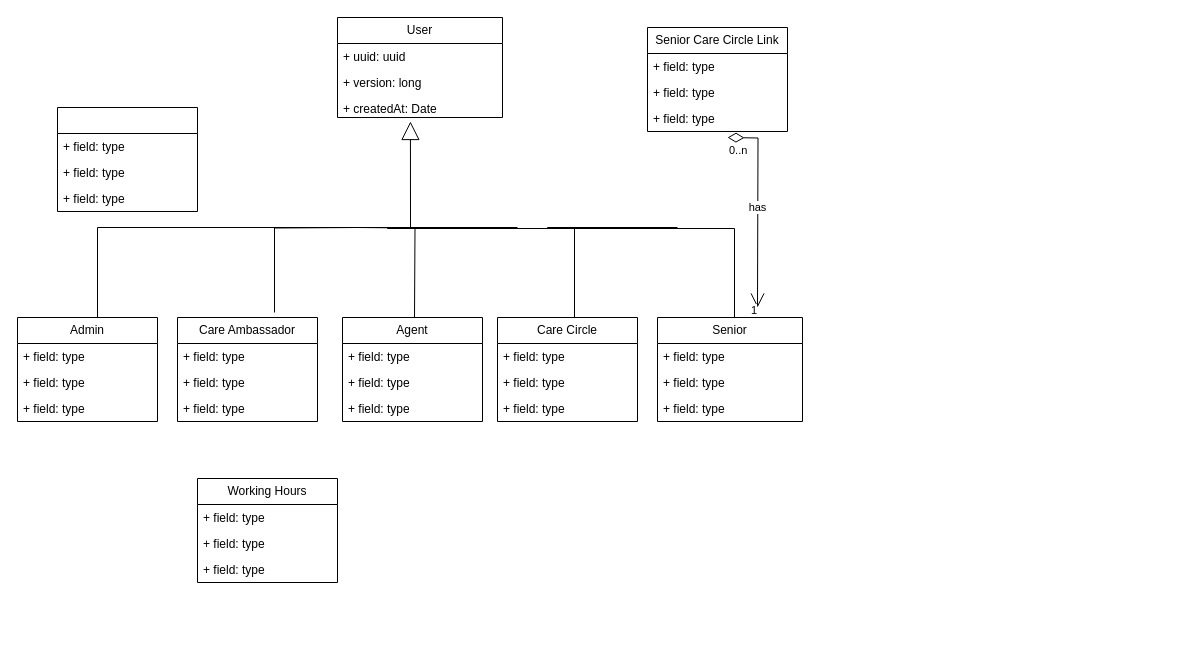
This is momentra-class-diagram.drawio from kasibkismath/systems-design, a draw.io file, before an edit. Source tidied: cells renumbered, new cells numbered last; positions are measured from the earlier drawing's top-left corner, leaving out a move shared by most shapes. Both pictures are drawn from the tidied source at 100%, with x=0, y=0 at pixel (17, 17).
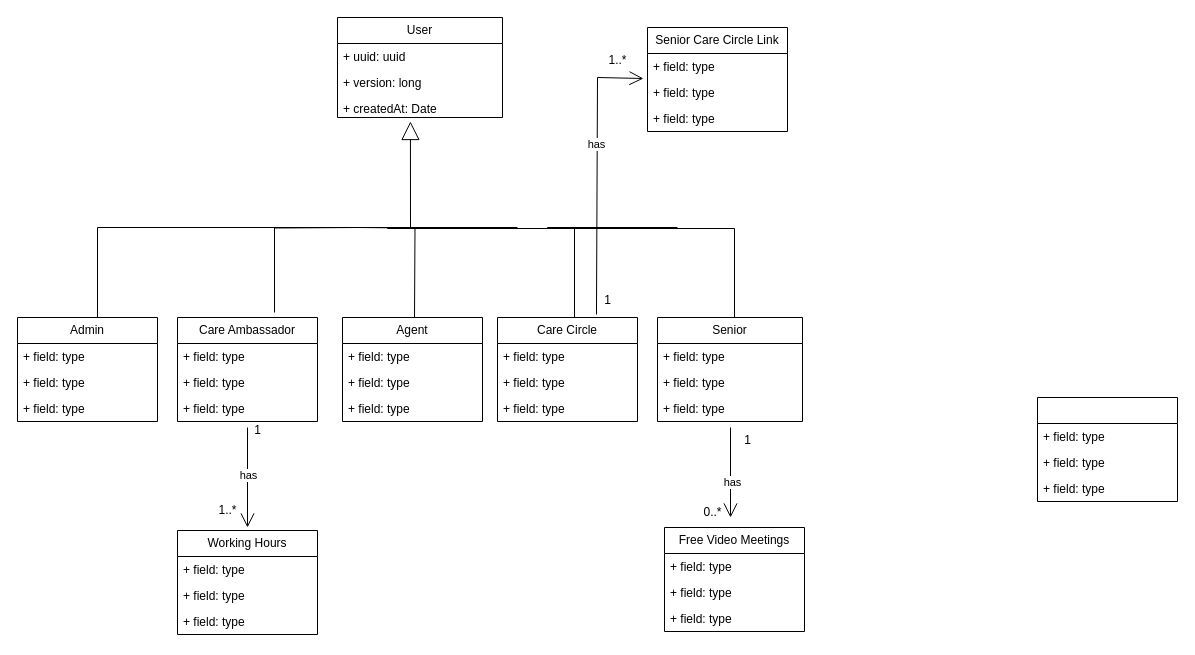
The same page after the edit.

Unchanged cells that the change refers to:
```xml
<mxCell id="22" value="Care Circle" style="swimlane;fontStyle=0;horizontal=1;startSize=26;fillColor=none;whiteSpace=wrap;html=1;" parent="1" vertex="1">
  <mxGeometry x="480" y="300" width="140" height="104" as="geometry" />
</mxCell>
<mxCell id="27" value="+ field: type" style="text;strokeColor=none;fillColor=none;align=left;verticalAlign=top;spacingLeft=4;spacingRight=4;overflow=hidden;points=[[0,0.5],[1,0.5]];portConstraint=eastwest;whiteSpace=wrap;html=1;" parent="26" vertex="1">
  <mxGeometry y="26" width="140" height="26" as="geometry" />
</mxCell>
```

Diff of the diagram source:
```diff
@@
     <mxCell id="10" style="swimlane;fontStyle=0;horizontal=1;startSize=26;fillColor=none;whiteSpace=wrap;html=1;" parent="1" vertex="1">
-      <mxGeometry x="40" y="90" width="140" height="104" as="geometry" />
+      <mxGeometry x="1020" y="380" width="140" height="104" as="geometry" />
     </mxCell>
@@
     <mxCell id="34" value="Working Hours" style="swimlane;fontStyle=0;horizontal=1;startSize=26;fillColor=none;whiteSpace=wrap;html=1;" parent="1" vertex="1">
-      <mxGeometry x="180" y="461" width="140" height="104" as="geometry" />
+      <mxGeometry x="160" y="513" width="140" height="104" as="geometry" />
     </mxCell>
@@
-    <mxCell id="43" value="has" style="endArrow=open;html=1;endSize=12;startArrow=diamondThin;startSize=14;startFill=0;edgeStyle=orthogonalEdgeStyle;rounded=0;" parent="1" edge="1">
-      <mxGeometry relative="1" as="geometry">
-        <mxPoint x="710" y="120" as="sourcePoint" />
-        <mxPoint x="740" y="290" as="targetPoint" />
-      </mxGeometry>
-    </mxCell>
-    <mxCell id="44" value="0..n" style="edgeLabel;html=1;align=left;verticalAlign=top;" parent="43" vertex="1">
-      <mxGeometry x="-1" relative="1" as="geometry" />
-    </mxCell>
-    <mxCell id="45" value="1" style="edgeLabel;html=1;align=right;verticalAlign=top;" parent="43" vertex="1">
-      <mxGeometry x="1" relative="1" as="geometry">
-        <mxPoint y="-10" as="offset" />
-      </mxGeometry>
-    </mxCell>
+    <mxCell id="46" value="Free Video Meetings" style="swimlane;fontStyle=0;horizontal=1;startSize=26;fillColor=none;whiteSpace=wrap;html=1;" parent="1" vertex="1">
+      <mxGeometry x="647" y="510" width="140" height="104" as="geometry" />
+    </mxCell>
+    <mxCell id="47" value="+ field: type" style="text;strokeColor=none;fillColor=none;align=left;verticalAlign=top;spacingLeft=4;spacingRight=4;overflow=hidden;whiteSpace=wrap;html=1;" parent="46" vertex="1">
+      <mxGeometry y="26" width="140" height="26" as="geometry" />
+    </mxCell>
+    <mxCell id="48" value="+ field: type" style="text;strokeColor=none;fillColor=none;align=left;verticalAlign=top;spacingLeft=4;spacingRight=4;overflow=hidden;whiteSpace=wrap;html=1;" parent="46" vertex="1">
+      <mxGeometry y="52" width="140" height="26" as="geometry" />
+    </mxCell>
+    <mxCell id="49" value="+ field: type" style="text;strokeColor=none;fillColor=none;align=left;verticalAlign=top;spacingLeft=4;spacingRight=4;overflow=hidden;whiteSpace=wrap;html=1;" parent="46" vertex="1">
+      <mxGeometry y="78" width="140" height="26" as="geometry" />
+    </mxCell>
+    <mxCell id="50" style="endArrow=open;endFill=1;endSize=12;html=1;rounded=0;entryX=-0.029;entryY=0.962;entryDx=0;entryDy=0;entryPerimeter=0;exitX=0.707;exitY=-0.029;exitDx=0;exitDy=0;exitPerimeter=0;" parent="1" edge="1" source="22" target="27">
+      <mxGeometry relative="1" as="geometry">
+        <Array as="points">
+          <mxPoint x="580" y="60" />
+        </Array>
+      </mxGeometry>
+    </mxCell>
+    <mxCell id="51" value="has" style="edgeLabel;html=1;align=center;verticalAlign=middle;" parent="50" vertex="1">
+      <mxGeometry x="0.2" y="1" relative="1" as="geometry" />
+    </mxCell>
+    <mxCell id="52" value="1..*" style="text;html=1;align=center;verticalAlign=middle;strokeColor=none;fillColor=none;" parent="1" vertex="1">
+      <mxGeometry x="580" y="28" width="40" height="30" as="geometry" />
+    </mxCell>
+    <mxCell id="53" value="1" style="text;html=1;align=center;verticalAlign=middle;strokeColor=none;fillColor=none;" parent="1" vertex="1">
+      <mxGeometry x="575" y="268" width="30" height="30" as="geometry" />
+    </mxCell>
+    <mxCell id="54" style="endArrow=open;endFill=1;endSize=12;html=1;rounded=0;" parent="1" edge="1">
+      <mxGeometry relative="1" as="geometry">
+        <mxPoint x="230" y="410" as="sourcePoint" />
+        <mxPoint x="230" y="510" as="targetPoint" />
+      </mxGeometry>
+    </mxCell>
+    <mxCell id="55" value="has" style="edgeLabel;html=1;align=center;verticalAlign=middle;" parent="54" vertex="1">
+      <mxGeometry x="-0.06" relative="1" as="geometry" />
+    </mxCell>
+    <mxCell id="56" value="1" style="text;html=1;align=center;verticalAlign=middle;strokeColor=none;fillColor=none;" parent="1" vertex="1">
+      <mxGeometry x="225" y="398" width="30" height="30" as="geometry" />
+    </mxCell>
+    <mxCell id="57" value="1..*" style="text;html=1;align=center;verticalAlign=middle;strokeColor=none;fillColor=none;" parent="1" vertex="1">
+      <mxGeometry x="190" y="478" width="40" height="30" as="geometry" />
+    </mxCell>
+    <mxCell id="58" style="endArrow=open;endFill=1;endSize=12;html=1;rounded=0;" parent="1" edge="1">
+      <mxGeometry relative="1" as="geometry">
+        <mxPoint x="713" y="410" as="sourcePoint" />
+        <mxPoint x="713" y="500" as="targetPoint" />
+      </mxGeometry>
+    </mxCell>
+    <mxCell id="59" value="has" style="edgeLabel;html=1;align=center;verticalAlign=middle;" parent="58" vertex="1">
+      <mxGeometry x="0.2" y="1" relative="1" as="geometry" />
+    </mxCell>
+    <mxCell id="60" value="1" style="text;html=1;align=center;verticalAlign=middle;strokeColor=none;fillColor=none;" parent="1" vertex="1">
+      <mxGeometry x="715" y="408" width="30" height="30" as="geometry" />
+    </mxCell>
+    <mxCell id="61" value="0..*" style="text;html=1;align=center;verticalAlign=middle;strokeColor=none;fillColor=none;" parent="1" vertex="1">
+      <mxGeometry x="675" y="480" width="40" height="30" as="geometry" />
+    </mxCell>
```
